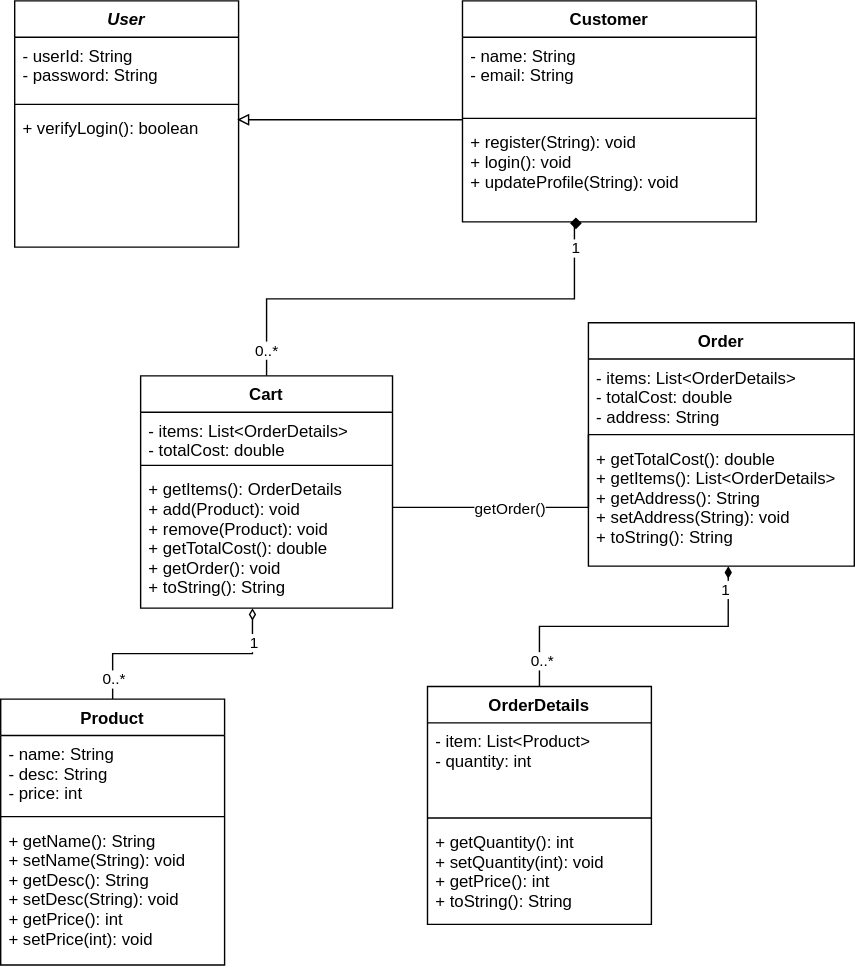
Before: uml.svg, a diagram exported from draw.io (Eshan-bd/Shop). Source tidied: cells renumbered, new cells last; positions are measured from the earlier drawing's top-left corner, leaving out a move shared by most shapes. Its diagram source:
```xml
<mxGraphModel>
  <root>
    <mxCell id="0" />
    <mxCell id="1" parent="0" />
    <mxCell id="2" style="edgeStyle=orthogonalEdgeStyle;rounded=0;jettySize=auto;html=1;entryX=0.444;entryY=1;entryDx=0;entryDy=0;entryPerimeter=0;endArrow=diamondThin;endFill=0;" parent="1" edge="1" source="5" target="17">
      <mxGeometry relative="1" as="geometry" />
    </mxCell>
    <mxCell id="3" value="1" style="edgeLabel;html=1;align=center;verticalAlign=middle;" parent="2" vertex="1">
      <mxGeometry x="0.72" y="-1" relative="1" as="geometry">
        <mxPoint y="2" as="offset" />
      </mxGeometry>
    </mxCell>
    <mxCell id="4" value="0..*" style="edgeLabel;html=1;align=center;verticalAlign=middle;" parent="2" vertex="1">
      <mxGeometry x="-0.82" relative="1" as="geometry" />
    </mxCell>
    <mxCell id="5" value="Product" style="swimlane;fontStyle=1;align=center;verticalAlign=top;horizontal=1;startSize=26;" parent="1" vertex="1">
      <mxGeometry y="499" width="160" height="190" as="geometry" />
    </mxCell>
    <mxCell id="6" value="- name: String&#10;- desc: String&#10;- price: int&#10;" style="text;strokeColor=none;fillColor=none;align=left;verticalAlign=top;spacingLeft=4;spacingRight=4;overflow=hidden;" parent="5" vertex="1">
      <mxGeometry y="26" width="160" height="54" as="geometry" />
    </mxCell>
    <mxCell id="7" style="line;strokeWidth=1;fillColor=none;align=left;verticalAlign=middle;spacingTop=-1;spacingLeft=3;spacingRight=3;labelPosition=right;strokeColor=inherit;" parent="5" vertex="1">
      <mxGeometry y="80" width="160" height="8" as="geometry" />
    </mxCell>
    <mxCell id="8" value="+ getName(): String&#10;+ setName(String): void&#10;+ getDesc(): String&#10;+ setDesc(String): void&#10;+ getPrice(): int&#10;+ setPrice(int): void&#10;" style="text;strokeColor=none;fillColor=none;align=left;verticalAlign=top;spacingLeft=4;spacingRight=4;overflow=hidden;" parent="5" vertex="1">
      <mxGeometry y="88" width="160" height="102" as="geometry" />
    </mxCell>
    <mxCell id="9" style="edgeStyle=orthogonalEdgeStyle;rounded=0;jettySize=auto;html=1;entryX=0.406;entryY=1.014;entryDx=0;entryDy=0;entryPerimeter=0;endArrow=diamond;endFill=1;" parent="1" edge="1" source="14" target="34">
      <mxGeometry relative="1" as="geometry">
        <Array as="points">
          <mxPoint x="190" y="213" />
          <mxPoint x="410" y="213" />
          <mxPoint x="410" y="159" />
        </Array>
      </mxGeometry>
    </mxCell>
    <mxCell id="10" value="1" style="edgeLabel;html=1;align=center;verticalAlign=middle;" parent="9" vertex="1">
      <mxGeometry x="0.92" relative="1" as="geometry">
        <mxPoint y="9" as="offset" />
      </mxGeometry>
    </mxCell>
    <mxCell id="11" value="0..*" style="edgeLabel;html=1;align=center;verticalAlign=middle;" parent="9" vertex="1">
      <mxGeometry x="-0.89" y="1" relative="1" as="geometry" />
    </mxCell>
    <mxCell id="12" style="edgeStyle=orthogonalEdgeStyle;rounded=0;jettySize=auto;html=1;entryX=0;entryY=0.5;entryDx=0;entryDy=0;entryPerimeter=0;strokeWidth=1;endArrow=none;endFill=0;jumpSize=6;" parent="1" edge="1" source="14" target="20">
      <mxGeometry relative="1" as="geometry">
        <Array as="points">
          <mxPoint x="310" y="362" />
          <mxPoint x="310" y="362" />
        </Array>
      </mxGeometry>
    </mxCell>
    <mxCell id="13" value="getOrder()" style="edgeLabel;html=1;align=center;verticalAlign=middle;" parent="12" vertex="1">
      <mxGeometry x="-0.13" relative="1" as="geometry" />
    </mxCell>
    <mxCell id="14" value="Cart" style="swimlane;fontStyle=1;align=center;verticalAlign=top;horizontal=1;startSize=26;" parent="1" vertex="1">
      <mxGeometry x="100" y="268" width="180" height="166" as="geometry" />
    </mxCell>
    <mxCell id="15" value="- items: List&lt;OrderDetails&gt;&#10;- totalCost: double&#10;" style="text;strokeColor=none;fillColor=none;align=left;verticalAlign=top;spacingLeft=4;spacingRight=4;overflow=hidden;" parent="14" vertex="1">
      <mxGeometry y="26" width="180" height="34" as="geometry" />
    </mxCell>
    <mxCell id="16" style="line;strokeWidth=1;fillColor=none;align=left;verticalAlign=middle;spacingTop=-1;spacingLeft=3;spacingRight=3;labelPosition=right;strokeColor=inherit;" parent="14" vertex="1">
      <mxGeometry y="60" width="180" height="8" as="geometry" />
    </mxCell>
    <mxCell id="17" value="+ getItems(): OrderDetails&#10;+ add(Product): void&#10;+ remove(Product): void&#10;+ getTotalCost(): double&#10;+ getOrder(): void&#10;+ toString(): String&#10;&#10;" style="text;strokeColor=none;fillColor=none;align=left;verticalAlign=top;spacingLeft=4;spacingRight=4;overflow=hidden;points=[[0,0.5],[1,0.5]];portConstraint=eastwest;" parent="14" vertex="1">
      <mxGeometry y="68" width="180" height="98" as="geometry" />
    </mxCell>
    <mxCell id="18" value="Order" style="swimlane;fontStyle=1;align=center;verticalAlign=top;horizontal=1;startSize=26;" parent="1" vertex="1">
      <mxGeometry x="420" y="230" width="190" height="174" as="geometry" />
    </mxCell>
    <mxCell id="19" value="- items: List&lt;OrderDetails&gt;&#10;- totalCost: double&#10;- address: String&#10;&#10;" style="text;strokeColor=none;fillColor=none;align=left;verticalAlign=top;spacingLeft=4;spacingRight=4;overflow=hidden;" parent="18" vertex="1">
      <mxGeometry y="26" width="190" height="50" as="geometry" />
    </mxCell>
    <mxCell id="20" style="line;strokeWidth=1;fillColor=none;align=left;verticalAlign=middle;spacingTop=-1;spacingLeft=3;spacingRight=3;labelPosition=right;points=[];portConstraint=eastwest;strokeColor=inherit;" parent="18" vertex="1">
      <mxGeometry y="76" width="190" height="8" as="geometry" />
    </mxCell>
    <mxCell id="21" value="+ getTotalCost(): double&#10;+ getItems(): List&lt;OrderDetails&gt;&#10;+ getAddress(): String&#10;+ setAddress(String): void&#10;+ toString(): String&#10;&#10;&#10;" style="text;strokeColor=none;fillColor=none;align=left;verticalAlign=top;spacingLeft=4;spacingRight=4;overflow=hidden;points=[[0,0.5],[1,0.5]];portConstraint=eastwest;" parent="18" vertex="1">
      <mxGeometry y="84" width="190" height="90" as="geometry" />
    </mxCell>
    <mxCell id="22" value="OrderDetails" style="swimlane;fontStyle=1;align=center;verticalAlign=top;horizontal=1;startSize=26;" parent="1" vertex="1">
      <mxGeometry x="305" y="490" width="160" height="170" as="geometry" />
    </mxCell>
    <mxCell id="23" value="- item: List&lt;Product&gt;&#10;- quantity: int&#10;" style="text;strokeColor=none;fillColor=none;align=left;verticalAlign=top;spacingLeft=4;spacingRight=4;overflow=hidden;" parent="22" vertex="1">
      <mxGeometry y="26" width="160" height="64" as="geometry" />
    </mxCell>
    <mxCell id="24" style="line;strokeWidth=1;fillColor=none;align=left;verticalAlign=middle;spacingTop=-1;spacingLeft=3;spacingRight=3;labelPosition=right;strokeColor=inherit;" parent="22" vertex="1">
      <mxGeometry y="90" width="160" height="8" as="geometry" />
    </mxCell>
    <mxCell id="25" value="+ getQuantity(): int&#10;+ setQuantity(int): void&#10;+ getPrice(): int&#10;+ toString(): String&#10;&#10;" style="text;strokeColor=none;fillColor=none;align=left;verticalAlign=top;spacingLeft=4;spacingRight=4;overflow=hidden;" parent="22" vertex="1">
      <mxGeometry y="98" width="160" height="72" as="geometry" />
    </mxCell>
    <mxCell id="26" value="User" style="swimlane;fontStyle=3;align=center;verticalAlign=top;horizontal=1;startSize=26;" parent="1" vertex="1">
      <mxGeometry x="10" width="160" height="176" as="geometry" />
    </mxCell>
    <mxCell id="27" value="- userId: String&#10;- password: String&#10;" style="text;strokeColor=none;fillColor=none;align=left;verticalAlign=top;spacingLeft=4;spacingRight=4;overflow=hidden;" parent="26" vertex="1">
      <mxGeometry y="26" width="160" height="44" as="geometry" />
    </mxCell>
    <mxCell id="28" style="line;strokeWidth=1;fillColor=none;align=left;verticalAlign=middle;spacingTop=-1;spacingLeft=3;spacingRight=3;labelPosition=right;strokeColor=inherit;" parent="26" vertex="1">
      <mxGeometry y="70" width="160" height="8" as="geometry" />
    </mxCell>
    <mxCell id="29" value="+ verifyLogin(): boolean" style="text;strokeColor=none;fillColor=none;align=left;verticalAlign=top;spacingLeft=4;spacingRight=4;overflow=hidden;points=[[0,0.5],[1,0.5]];portConstraint=eastwest;" parent="26" vertex="1">
      <mxGeometry y="78" width="160" height="98" as="geometry" />
    </mxCell>
    <mxCell id="30" style="edgeStyle=orthogonalEdgeStyle;rounded=0;jettySize=auto;html=1;entryX=0.994;entryY=0.071;entryDx=0;entryDy=0;entryPerimeter=0;endArrow=block;endFill=0;" parent="1" edge="1" source="31" target="29">
      <mxGeometry relative="1" as="geometry">
        <Array as="points">
          <mxPoint x="260" y="85" />
          <mxPoint x="260" y="85" />
        </Array>
      </mxGeometry>
    </mxCell>
    <mxCell id="31" value="Customer" style="swimlane;fontStyle=1;align=center;verticalAlign=top;horizontal=1;startSize=26;" parent="1" vertex="1">
      <mxGeometry x="330" width="210" height="158" as="geometry" />
    </mxCell>
    <mxCell id="32" value="- name: String&#10;- email: String" style="text;strokeColor=none;fillColor=none;align=left;verticalAlign=top;spacingLeft=4;spacingRight=4;overflow=hidden;" parent="31" vertex="1">
      <mxGeometry y="26" width="210" height="54" as="geometry" />
    </mxCell>
    <mxCell id="33" style="line;strokeWidth=1;fillColor=none;align=left;verticalAlign=middle;spacingTop=-1;spacingLeft=3;spacingRight=3;labelPosition=right;strokeColor=inherit;" parent="31" vertex="1">
      <mxGeometry y="80" width="210" height="8" as="geometry" />
    </mxCell>
    <mxCell id="34" value="+ register(String): void&#10;+ login(): void&#10;+ updateProfile(String): void&#10;" style="text;strokeColor=none;fillColor=none;align=left;verticalAlign=top;spacingLeft=4;spacingRight=4;overflow=hidden;points=[[0,0.5],[1,0.5]];portConstraint=eastwest;" parent="31" vertex="1">
      <mxGeometry y="88" width="210" height="70" as="geometry" />
    </mxCell>
    <mxCell id="35" style="edgeStyle=orthogonalEdgeStyle;rounded=0;jumpSize=6;jettySize=auto;html=1;entryX=0.5;entryY=0;entryDx=0;entryDy=0;strokeWidth=1;startArrow=diamondThin;startFill=1;endArrow=none;endFill=0;exitX=0.526;exitY=1;exitDx=0;exitDy=0;exitPerimeter=0;" parent="1" edge="1" source="21" target="22">
      <mxGeometry relative="1" as="geometry" />
    </mxCell>
    <mxCell id="36" value="1" style="edgeLabel;html=1;align=center;verticalAlign=middle;" parent="35" vertex="1">
      <mxGeometry x="-0.84" y="-2" relative="1" as="geometry" />
    </mxCell>
    <mxCell id="37" value="0..*" style="edgeLabel;html=1;align=center;verticalAlign=middle;" parent="35" vertex="1">
      <mxGeometry x="0.83" y="1" relative="1" as="geometry" />
    </mxCell>
  </root>
</mxGraphModel>
```
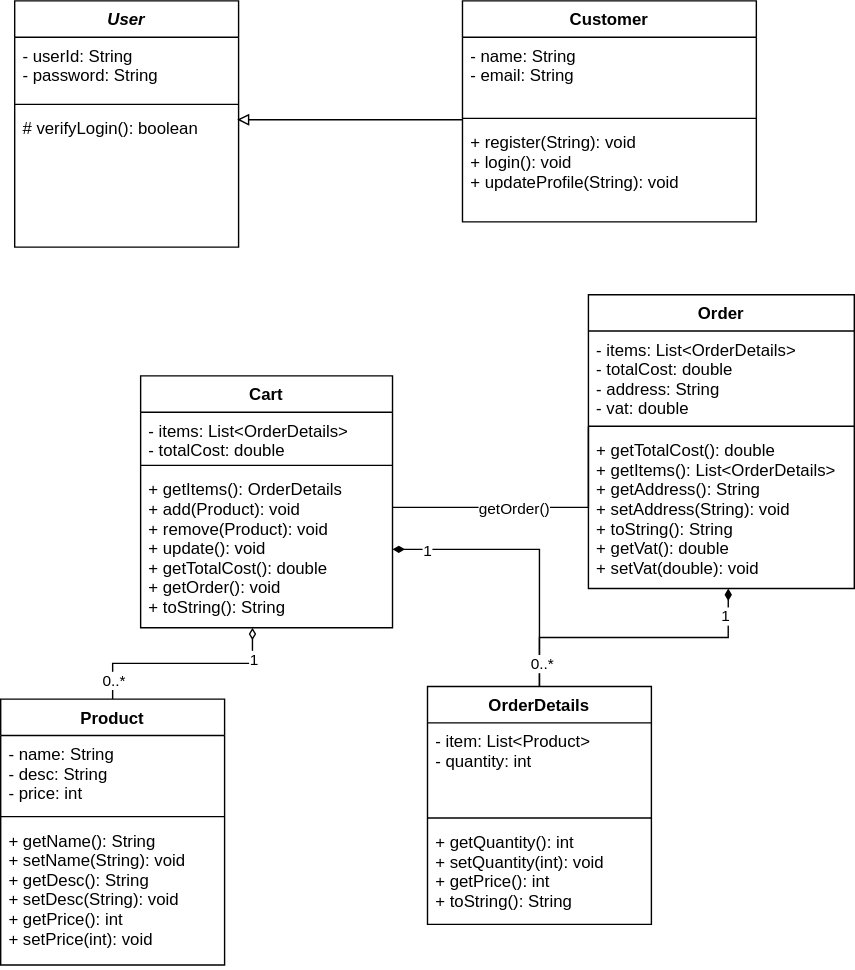
Above is the later version.

Diff of the diagram source:
```diff
@@ -25,23 +25,6 @@
     <mxCell id="8" value="+ getName(): String&#10;+ setName(String): void&#10;+ getDesc(): String&#10;+ setDesc(String): void&#10;+ getPrice(): int&#10;+ setPrice(int): void&#10;" style="text;strokeColor=none;fillColor=none;align=left;verticalAlign=top;spacingLeft=4;spacingRight=4;overflow=hidden;" parent="5" vertex="1">
       <mxGeometry y="88" width="160" height="102" as="geometry" />
     </mxCell>
-    <mxCell id="9" style="edgeStyle=orthogonalEdgeStyle;rounded=0;jettySize=auto;html=1;entryX=0.406;entryY=1.014;entryDx=0;entryDy=0;entryPerimeter=0;endArrow=diamond;endFill=1;" parent="1" edge="1" source="14" target="34">
-      <mxGeometry relative="1" as="geometry">
-        <Array as="points">
-          <mxPoint x="190" y="213" />
-          <mxPoint x="410" y="213" />
-          <mxPoint x="410" y="159" />
-        </Array>
-      </mxGeometry>
-    </mxCell>
-    <mxCell id="10" value="1" style="edgeLabel;html=1;align=center;verticalAlign=middle;" parent="9" vertex="1">
-      <mxGeometry x="0.92" relative="1" as="geometry">
-        <mxPoint y="9" as="offset" />
-      </mxGeometry>
-    </mxCell>
-    <mxCell id="11" value="0..*" style="edgeLabel;html=1;align=center;verticalAlign=middle;" parent="9" vertex="1">
-      <mxGeometry x="-0.89" y="1" relative="1" as="geometry" />
-    </mxCell>
     <mxCell id="12" style="edgeStyle=orthogonalEdgeStyle;rounded=0;jettySize=auto;html=1;entryX=0;entryY=0.5;entryDx=0;entryDy=0;entryPerimeter=0;strokeWidth=1;endArrow=none;endFill=0;jumpSize=6;" parent="1" edge="1" source="14" target="20">
       <mxGeometry relative="1" as="geometry">
         <Array as="points">
@@ -54,7 +37,7 @@
       <mxGeometry x="-0.13" relative="1" as="geometry" />
     </mxCell>
     <mxCell id="14" value="Cart" style="swimlane;fontStyle=1;align=center;verticalAlign=top;horizontal=1;startSize=26;" parent="1" vertex="1">
-      <mxGeometry x="100" y="268" width="180" height="166" as="geometry" />
+      <mxGeometry x="100" y="268" width="180" height="180" as="geometry" />
     </mxCell>
     <mxCell id="15" value="- items: List&lt;OrderDetails&gt;&#10;- totalCost: double&#10;" style="text;strokeColor=none;fillColor=none;align=left;verticalAlign=top;spacingLeft=4;spacingRight=4;overflow=hidden;" parent="14" vertex="1">
       <mxGeometry y="26" width="180" height="34" as="geometry" />
@@ -62,21 +45,27 @@
     <mxCell id="16" style="line;strokeWidth=1;fillColor=none;align=left;verticalAlign=middle;spacingTop=-1;spacingLeft=3;spacingRight=3;labelPosition=right;strokeColor=inherit;" parent="14" vertex="1">
       <mxGeometry y="60" width="180" height="8" as="geometry" />
     </mxCell>
-    <mxCell id="17" value="+ getItems(): OrderDetails&#10;+ add(Product): void&#10;+ remove(Product): void&#10;+ getTotalCost(): double&#10;+ getOrder(): void&#10;+ toString(): String&#10;&#10;" style="text;strokeColor=none;fillColor=none;align=left;verticalAlign=top;spacingLeft=4;spacingRight=4;overflow=hidden;points=[[0,0.5],[1,0.5]];portConstraint=eastwest;" parent="14" vertex="1">
-      <mxGeometry y="68" width="180" height="98" as="geometry" />
+    <mxCell id="17" value="+ getItems(): OrderDetails&#10;+ add(Product): void&#10;+ remove(Product): void&#10;+ update(): void&#10;+ getTotalCost(): double&#10;+ getOrder(): void&#10;+ toString(): String&#10;&#10;" style="text;strokeColor=none;fillColor=none;align=left;verticalAlign=top;spacingLeft=4;spacingRight=4;overflow=hidden;points=[[0,0.5],[1,0.5]];portConstraint=eastwest;" parent="14" vertex="1">
+      <mxGeometry y="68" width="180" height="112" as="geometry" />
     </mxCell>
     <mxCell id="18" value="Order" style="swimlane;fontStyle=1;align=center;verticalAlign=top;horizontal=1;startSize=26;" parent="1" vertex="1">
-      <mxGeometry x="420" y="230" width="190" height="174" as="geometry" />
+      <mxGeometry x="420" y="210" width="190" height="210" as="geometry" />
     </mxCell>
-    <mxCell id="19" value="- items: List&lt;OrderDetails&gt;&#10;- totalCost: double&#10;- address: String&#10;&#10;" style="text;strokeColor=none;fillColor=none;align=left;verticalAlign=top;spacingLeft=4;spacingRight=4;overflow=hidden;" parent="18" vertex="1">
-      <mxGeometry y="26" width="190" height="50" as="geometry" />
+    <mxCell id="19" value="- items: List&lt;OrderDetails&gt;&#10;- totalCost: double&#10;- address: String&#10;- vat: double&#10;&#10;&#10;&#10;" style="text;strokeColor=none;fillColor=none;align=left;verticalAlign=top;spacingLeft=4;spacingRight=4;overflow=hidden;" parent="18" vertex="1">
+      <mxGeometry y="26" width="190" height="64" as="geometry" />
     </mxCell>
     <mxCell id="20" style="line;strokeWidth=1;fillColor=none;align=left;verticalAlign=middle;spacingTop=-1;spacingLeft=3;spacingRight=3;labelPosition=right;points=[];portConstraint=eastwest;strokeColor=inherit;" parent="18" vertex="1">
-      <mxGeometry y="76" width="190" height="8" as="geometry" />
+      <mxGeometry y="90" width="190" height="8" as="geometry" />
     </mxCell>
-    <mxCell id="21" value="+ getTotalCost(): double&#10;+ getItems(): List&lt;OrderDetails&gt;&#10;+ getAddress(): String&#10;+ setAddress(String): void&#10;+ toString(): String&#10;&#10;&#10;" style="text;strokeColor=none;fillColor=none;align=left;verticalAlign=top;spacingLeft=4;spacingRight=4;overflow=hidden;points=[[0,0.5],[1,0.5]];portConstraint=eastwest;" parent="18" vertex="1">
-      <mxGeometry y="84" width="190" height="90" as="geometry" />
+    <mxCell id="21" value="+ getTotalCost(): double&#10;+ getItems(): List&lt;OrderDetails&gt;&#10;+ getAddress(): String&#10;+ setAddress(String): void&#10;+ toString(): String&#10;+ getVat(): double&#10;+ setVat(double): void&#10;&#10;&#10;&#10;" style="text;strokeColor=none;fillColor=none;align=left;verticalAlign=top;spacingLeft=4;spacingRight=4;overflow=hidden;points=[[0,0.5],[1,0.5]];portConstraint=eastwest;" parent="18" vertex="1">
+      <mxGeometry y="98" width="190" height="112" as="geometry" />
     </mxCell>
+    <mxCell id="38" style="edgeStyle=orthogonalEdgeStyle;rounded=0;jettySize=auto;html=1;endArrow=diamondThin;endFill=1;" parent="1" edge="1" source="22" target="17">
+      <mxGeometry relative="1" as="geometry" />
+    </mxCell>
+    <mxCell id="10" value="&lt;div&gt;1&lt;/div&gt;" style="edgeLabel;html=1;align=center;verticalAlign=middle;" parent="38" vertex="1">
+      <mxGeometry x="0.76" relative="1" as="geometry" />
+    </mxCell>
     <mxCell id="22" value="OrderDetails" style="swimlane;fontStyle=1;align=center;verticalAlign=top;horizontal=1;startSize=26;" parent="1" vertex="1">
       <mxGeometry x="305" y="490" width="160" height="170" as="geometry" />
     </mxCell>
@@ -98,7 +87,7 @@
     <mxCell id="28" style="line;strokeWidth=1;fillColor=none;align=left;verticalAlign=middle;spacingTop=-1;spacingLeft=3;spacingRight=3;labelPosition=right;strokeColor=inherit;" parent="26" vertex="1">
       <mxGeometry y="70" width="160" height="8" as="geometry" />
     </mxCell>
-    <mxCell id="29" value="+ verifyLogin(): boolean" style="text;strokeColor=none;fillColor=none;align=left;verticalAlign=top;spacingLeft=4;spacingRight=4;overflow=hidden;points=[[0,0.5],[1,0.5]];portConstraint=eastwest;" parent="26" vertex="1">
+    <mxCell id="29" value="# verifyLogin(): boolean" style="text;strokeColor=none;fillColor=none;align=left;verticalAlign=top;spacingLeft=4;spacingRight=4;overflow=hidden;points=[[0,0.5],[1,0.5]];portConstraint=eastwest;" parent="26" vertex="1">
       <mxGeometry y="78" width="160" height="98" as="geometry" />
     </mxCell>
     <mxCell id="30" style="edgeStyle=orthogonalEdgeStyle;rounded=0;jettySize=auto;html=1;entryX=0.994;entryY=0.071;entryDx=0;entryDy=0;entryPerimeter=0;endArrow=block;endFill=0;" parent="1" edge="1" source="31" target="29">
@@ -125,7 +114,9 @@
       <mxGeometry relative="1" as="geometry" />
     </mxCell>
     <mxCell id="36" value="1" style="edgeLabel;html=1;align=center;verticalAlign=middle;" parent="35" vertex="1">
-      <mxGeometry x="-0.84" y="-2" relative="1" as="geometry" />
+      <mxGeometry x="-0.84" y="-2" relative="1" as="geometry">
+        <mxPoint y="4" as="offset" />
+      </mxGeometry>
     </mxCell>
     <mxCell id="37" value="0..*" style="edgeLabel;html=1;align=center;verticalAlign=middle;" parent="35" vertex="1">
       <mxGeometry x="0.83" y="1" relative="1" as="geometry" />
```
